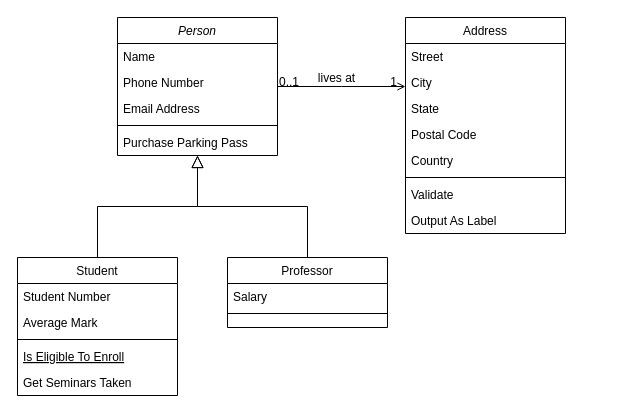
This is 未命名绘图.drawio from MAXxYe/UnrealNotes, a draw.io file, before an edit. Source tidied: cells renumbered, new cells numbered last; positions are measured from the earlier drawing's top-left corner, leaving out a move shared by most shapes. Both pictures are drawn from the tidied source at 100%, with x=0, y=0 at pixel (17, 17).
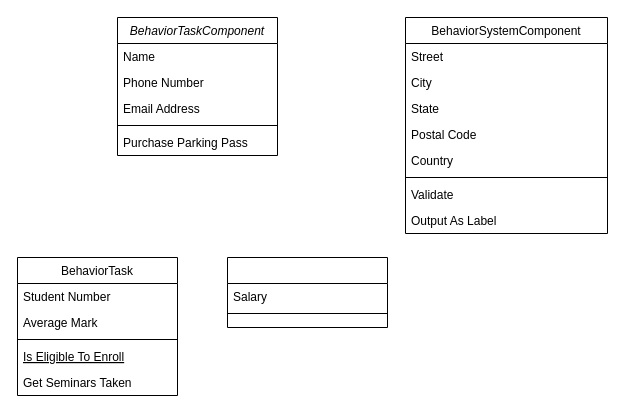
After the change.

The edit, as a diff of the source:
```diff
@@
-    <mxCell id="2" value="Person" style="swimlane;fontStyle=2;align=center;verticalAlign=top;horizontal=1;startSize=26;rounded=0;shadow=0;strokeWidth=1;" parent="1" vertex="1">
+    <mxCell id="2" value="BehaviorTaskComponent" style="swimlane;fontStyle=2;align=center;verticalAlign=top;horizontal=1;startSize=26;rounded=0;shadow=0;strokeWidth=1;" parent="1" vertex="1">
       <mxGeometry x="100" width="160" height="138" as="geometry" />
     </mxCell>
@@
-    <mxCell id="8" value="Student" style="swimlane;fontStyle=0;align=center;verticalAlign=top;horizontal=1;startSize=26;rounded=0;shadow=0;strokeWidth=1;" parent="1" vertex="1">
+    <mxCell id="8" value="BehaviorTask" style="swimlane;fontStyle=0;align=center;verticalAlign=top;horizontal=1;startSize=26;rounded=0;shadow=0;strokeWidth=1;" parent="1" vertex="1">
       <mxGeometry y="240" width="160" height="138" as="geometry" />
     </mxCell>
@@
-    <mxCell id="14" style="endArrow=block;endSize=10;endFill=0;shadow=0;strokeWidth=1;rounded=0;edgeStyle=elbowEdgeStyle;elbow=vertical;" parent="1" edge="1" source="8" target="2">
-      <mxGeometry relative="1" as="geometry" />
-    </mxCell>
-    <mxCell id="15" value="Professor" style="swimlane;fontStyle=0;align=center;verticalAlign=top;horizontal=1;startSize=26;rounded=0;shadow=0;strokeWidth=1;" parent="1" vertex="1">
+    <mxCell id="15" style="swimlane;fontStyle=0;align=center;verticalAlign=top;horizontal=1;startSize=26;rounded=0;shadow=0;strokeWidth=1;" parent="1" vertex="1">
       <mxGeometry x="210" y="240" width="160" height="70" as="geometry" />
     </mxCell>
@@
-    <mxCell id="18" style="endArrow=block;endSize=10;endFill=0;shadow=0;strokeWidth=1;rounded=0;edgeStyle=elbowEdgeStyle;elbow=vertical;" parent="1" edge="1" source="15" target="2">
-      <mxGeometry relative="1" as="geometry" />
-    </mxCell>
-    <mxCell id="19" value="Address" style="swimlane;fontStyle=0;align=center;verticalAlign=top;horizontal=1;startSize=26;rounded=0;shadow=0;strokeWidth=1;" parent="1" vertex="1">
-      <mxGeometry x="388" width="160" height="216" as="geometry" />
+    <mxCell id="19" value="BehaviorSystemComponent" style="swimlane;fontStyle=0;align=center;verticalAlign=top;horizontal=1;startSize=26;rounded=0;shadow=0;strokeWidth=1;" parent="1" vertex="1">
+      <mxGeometry x="388" width="202" height="216" as="geometry" />
     </mxCell>
     <mxCell id="20" value="Street" style="text;align=left;verticalAlign=top;spacingLeft=4;spacingRight=4;overflow=hidden;" parent="19" vertex="1">
-      <mxGeometry y="26" width="160" height="26" as="geometry" />
+      <mxGeometry y="26" width="202" height="26" as="geometry" />
     </mxCell>
     <mxCell id="21" value="City" style="text;align=left;verticalAlign=top;spacingLeft=4;spacingRight=4;overflow=hidden;rounded=0;shadow=0;html=0;" parent="19" vertex="1">
-      <mxGeometry y="52" width="160" height="26" as="geometry" />
+      <mxGeometry y="52" width="202" height="26" as="geometry" />
     </mxCell>
     <mxCell id="22" value="State" style="text;align=left;verticalAlign=top;spacingLeft=4;spacingRight=4;overflow=hidden;rounded=0;shadow=0;html=0;" parent="19" vertex="1">
-      <mxGeometry y="78" width="160" height="26" as="geometry" />
+      <mxGeometry y="78" width="202" height="26" as="geometry" />
     </mxCell>
     <mxCell id="23" value="Postal Code" style="text;align=left;verticalAlign=top;spacingLeft=4;spacingRight=4;overflow=hidden;rounded=0;shadow=0;html=0;" parent="19" vertex="1">
-      <mxGeometry y="104" width="160" height="26" as="geometry" />
+      <mxGeometry y="104" width="202" height="26" as="geometry" />
     </mxCell>
     <mxCell id="24" value="Country" style="text;align=left;verticalAlign=top;spacingLeft=4;spacingRight=4;overflow=hidden;rounded=0;shadow=0;html=0;" parent="19" vertex="1">
-      <mxGeometry y="130" width="160" height="26" as="geometry" />
+      <mxGeometry y="130" width="202" height="26" as="geometry" />
     </mxCell>
     <mxCell id="25" style="line;html=1;strokeWidth=1;align=left;verticalAlign=middle;spacingTop=-1;spacingLeft=3;spacingRight=3;labelPosition=right;" parent="19" vertex="1">
-      <mxGeometry y="156" width="160" height="8" as="geometry" />
+      <mxGeometry y="156" width="202" height="8" as="geometry" />
     </mxCell>
     <mxCell id="26" value="Validate" style="text;align=left;verticalAlign=top;spacingLeft=4;spacingRight=4;overflow=hidden;" parent="19" vertex="1">
-      <mxGeometry y="164" width="160" height="26" as="geometry" />
+      <mxGeometry y="164" width="202" height="26" as="geometry" />
     </mxCell>
     <mxCell id="27" value="Output As Label" style="text;align=left;verticalAlign=top;spacingLeft=4;spacingRight=4;overflow=hidden;" parent="19" vertex="1">
-      <mxGeometry y="190" width="160" height="26" as="geometry" />
+      <mxGeometry y="190" width="202" height="26" as="geometry" />
     </mxCell>
-    <mxCell id="28" style="endArrow=open;shadow=0;strokeWidth=1;rounded=0;endFill=1;edgeStyle=elbowEdgeStyle;elbow=vertical;" parent="1" edge="1" source="2" target="19">
-      <mxGeometry x="0.5" y="41" relative="1" as="geometry">
-        <mxPoint x="-40" y="32" as="offset" />
-      </mxGeometry>
-    </mxCell>
-    <mxCell id="29" value="0..1" style="align=left;verticalAlign=bottom;labelBackgroundColor=none;fontSize=12;" parent="28" vertex="1">
-      <mxGeometry x="-1" relative="1" as="geometry">
-        <mxPoint y="4" as="offset" />
-      </mxGeometry>
-    </mxCell>
-    <mxCell id="30" value="1" style="align=right;verticalAlign=bottom;labelBackgroundColor=none;fontSize=12;" parent="28" vertex="1">
-      <mxGeometry x="1" relative="1" as="geometry">
-        <mxPoint x="-7" y="4" as="offset" />
-      </mxGeometry>
-    </mxCell>
-    <mxCell id="31" value="lives at" style="text;html=1;align=center;verticalAlign=middle;labelBackgroundColor=none;rounded=0;shadow=0;strokeWidth=1;fontSize=12;" parent="28" vertex="1">
-      <mxGeometry x="0.5" y="49" relative="1" as="geometry">
-        <mxPoint x="-38" y="40" as="offset" />
-      </mxGeometry>
-    </mxCell>
```
